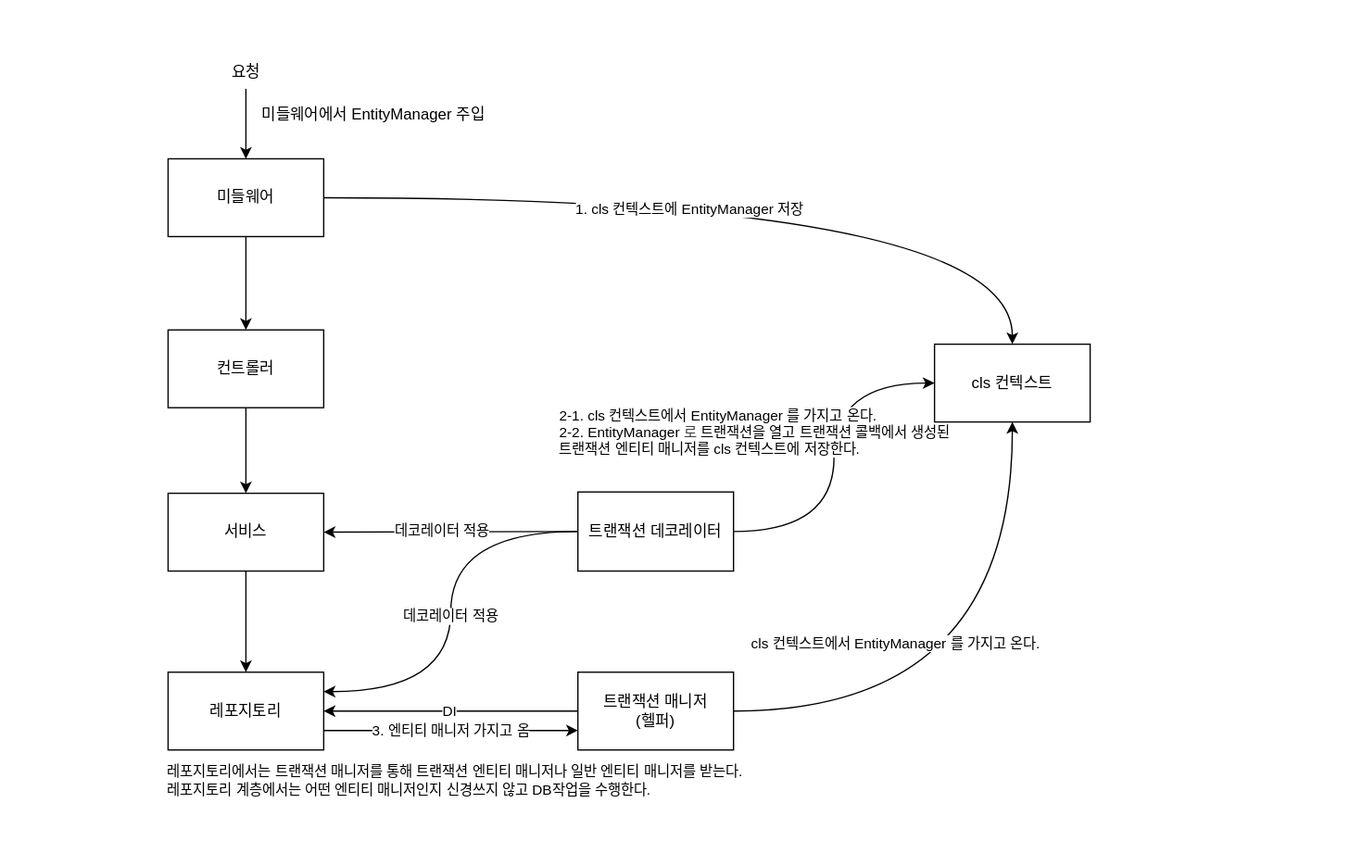
This is docs/transaction decorator work flow.drawio.svg from daniel-juyeon-kim/Quicker-V3, a draw.io export, as it was before one commit. Source tidied: cells renumbered, new cells last; positions are measured from the earlier drawing's top-left corner, leaving out a move shared by most shapes.
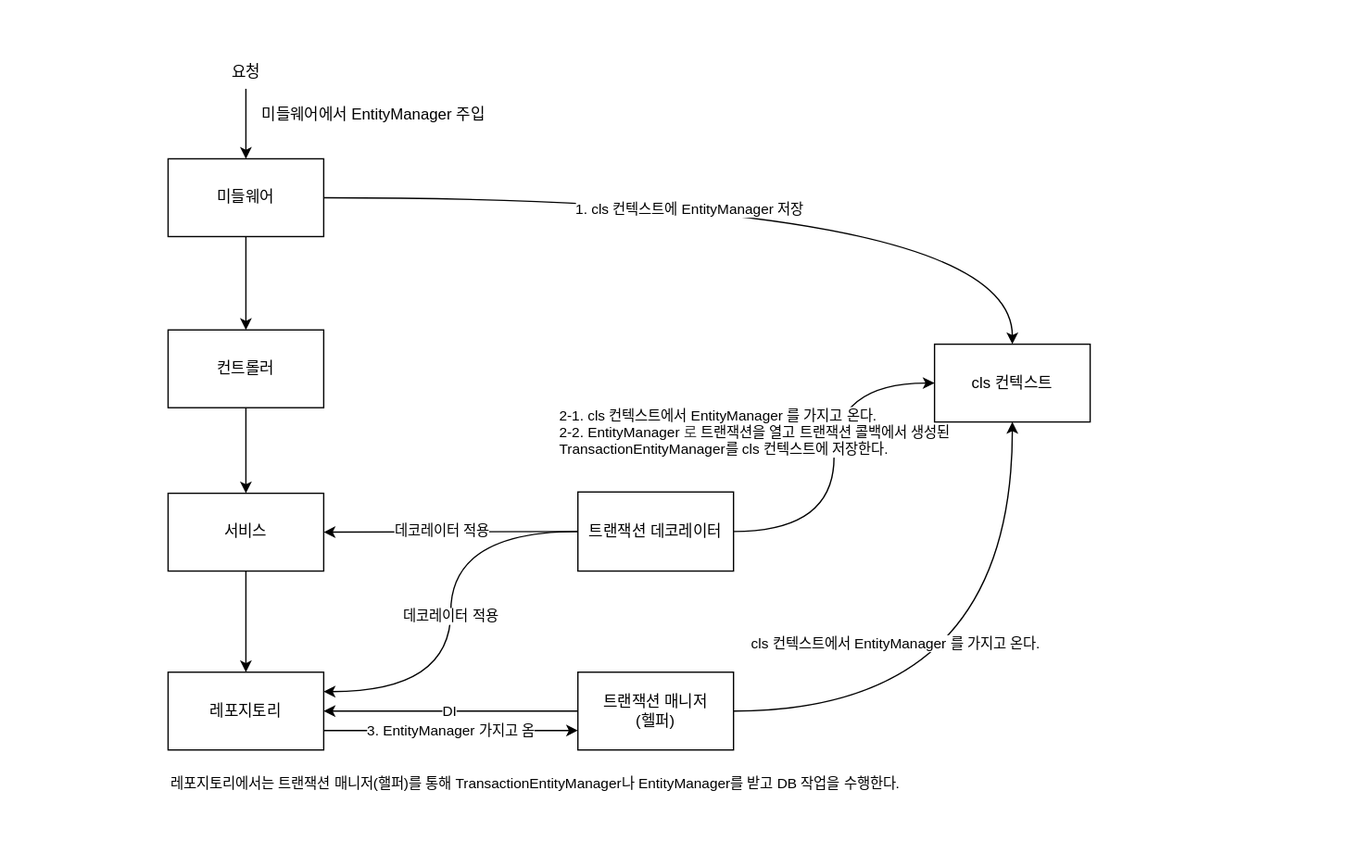
After the commit.

Commit message:
docs(readme): readme.md, TypeORM 트랜잭션 데코레이터 만들기 업데이트

Diff of the diagram source:
```diff
@@ -31,7 +31,7 @@
     <mxCell id="10" value="서비스" style="rounded=0;whiteSpace=wrap;html=1;" parent="1" vertex="1">
       <mxGeometry x="129" y="380" width="120" height="60" as="geometry" />
     </mxCell>
-    <mxCell id="11" value="3. 엔티티 매니저 가지고 옴" style="edgeStyle=none;html=1;exitX=1;exitY=0.75;exitDx=0;exitDy=0;entryX=0;entryY=0.75;entryDx=0;entryDy=0;" parent="1" edge="1" source="12" target="25">
+    <mxCell id="11" value="3. EntityManager 가지고 옴" style="edgeStyle=none;html=1;exitX=1;exitY=0.75;exitDx=0;exitDy=0;entryX=0;entryY=0.75;entryDx=0;entryDy=0;" parent="1" edge="1" source="12" target="25">
       <mxGeometry relative="1" as="geometry" />
     </mxCell>
     <mxCell id="12" value="레포지토리" style="rounded=0;whiteSpace=wrap;html=1;" parent="1" vertex="1">
@@ -40,7 +40,7 @@
     <mxCell id="13" style="edgeStyle=orthogonalEdgeStyle;html=1;entryX=0;entryY=0.5;entryDx=0;entryDy=0;curved=1;exitX=1;exitY=0.5;exitDx=0;exitDy=0;" parent="1" edge="1" source="22" target="17">
       <mxGeometry relative="1" as="geometry" />
     </mxCell>
-    <mxCell id="14" value="&lt;div&gt;2-1. cls 컨텍스트에서&amp;nbsp;&lt;span style=&quot;color: rgb(0, 0, 0); text-align: center;&quot;&gt;EntityManager&lt;/span&gt;를 가지고 온다.&lt;/div&gt;&lt;div&gt;2-2.&amp;nbsp;&lt;span style=&quot;color: rgb(63, 63, 63); background-color: light-dark(#ffffff, var(--ge-dark-color, #121212));&quot;&gt;&lt;span style=&quot;color: rgb(0, 0, 0); text-align: center;&quot;&gt;EntityManager&lt;/span&gt;로&amp;nbsp;&lt;/span&gt;&lt;span style=&quot;background-color: light-dark(#ffffff, var(--ge-dark-color, #121212));&quot;&gt;트랜잭션을 열고 트랜잭션 콜백에서 생성된&lt;/span&gt;&lt;/div&gt;&lt;div&gt;&amp;nbsp; &amp;nbsp; 트랜잭션 엔티티 매니저를 cls 컨텍스트에 저장한다.&lt;/div&gt;" style="edgeLabel;html=1;align=left;verticalAlign=middle;" parent="13" vertex="1">
+    <mxCell id="14" value="&lt;div&gt;2-1. cls 컨텍스트에서&amp;nbsp;&lt;span style=&quot;color: rgb(0, 0, 0); text-align: center;&quot;&gt;EntityManager&lt;/span&gt;를 가지고 온다.&lt;/div&gt;&lt;div&gt;2-2.&amp;nbsp;&lt;span style=&quot;color: rgb(63, 63, 63); background-color: light-dark(#ffffff, var(--ge-dark-color, #121212));&quot;&gt;&lt;span style=&quot;color: rgb(0, 0, 0); text-align: center;&quot;&gt;EntityManager&lt;/span&gt;로&amp;nbsp;&lt;/span&gt;&lt;span style=&quot;background-color: light-dark(#ffffff, var(--ge-dark-color, #121212));&quot;&gt;트랜잭션을 열고 트랜잭션 콜백에서 생성된&lt;/span&gt;&lt;/div&gt;&lt;div&gt;&amp;nbsp; &amp;nbsp; TransactionEntityManager를 cls 컨텍스트에 저장한다.&lt;/div&gt;" style="edgeLabel;html=1;align=left;verticalAlign=middle;" parent="13" vertex="1">
       <mxGeometry x="-0.09" y="-2" relative="1" as="geometry">
         <mxPoint x="-216" y="-33" as="offset" />
       </mxGeometry>
@@ -93,8 +93,8 @@
     <mxCell id="28" value="미들웨어에서&amp;nbsp;&lt;span style=&quot;color: rgb(0, 0, 0);&quot;&gt;EntityManager&lt;/span&gt;&amp;nbsp;주입" style="text;html=1;align=center;verticalAlign=middle;strokeColor=none;fillColor=none;" parent="1" vertex="1">
       <mxGeometry x="194" y="75" width="185" height="26" as="geometry" />
     </mxCell>
-    <mxCell id="29" value="&lt;div style=&quot;font-size: 11px; text-align: left;&quot;&gt;&lt;span style=&quot;background-color: light-dark(#ffffff, var(--ge-dark-color, #121212));&quot;&gt;레포지토리에서는 트랜잭션 매니저를 통해 트랜잭션 엔티티 매니저나 일반 엔티티 매니저를 받는다.&lt;/span&gt;&lt;/div&gt;&lt;div style=&quot;font-size: 11px; text-align: left;&quot;&gt;&lt;span style=&quot;background-color: light-dark(#ffffff, var(--ge-dark-color, #121212));&quot;&gt;레포지토리 계층에서는 어떤 엔티티 매니저인지 신경쓰지 않고 DB작업을 수행한다.&lt;/span&gt;&lt;/div&gt;" style="text;html=1;align=center;verticalAlign=middle;strokeColor=none;fillColor=none;" parent="1" vertex="1">
-      <mxGeometry x="129" y="583" width="442" height="38" as="geometry" />
+    <mxCell id="29" value="&lt;div style=&quot;font-size: 11px; text-align: left;&quot;&gt;&lt;span style=&quot;background-color: light-dark(#ffffff, var(--ge-dark-color, #121212));&quot;&gt;레포지토리에서는 트랜잭션 매니저(핼퍼)를 통해 TransactionEntityManager나 EntityManager를 받고 DB 작업을 수행한다.&lt;/span&gt;&lt;/div&gt;" style="text;html=1;align=center;verticalAlign=middle;strokeColor=none;fillColor=none;" parent="1" vertex="1">
+      <mxGeometry x="129" y="591" width="565" height="25" as="geometry" />
     </mxCell>
   </root>
 </mxGraphModel>
```
